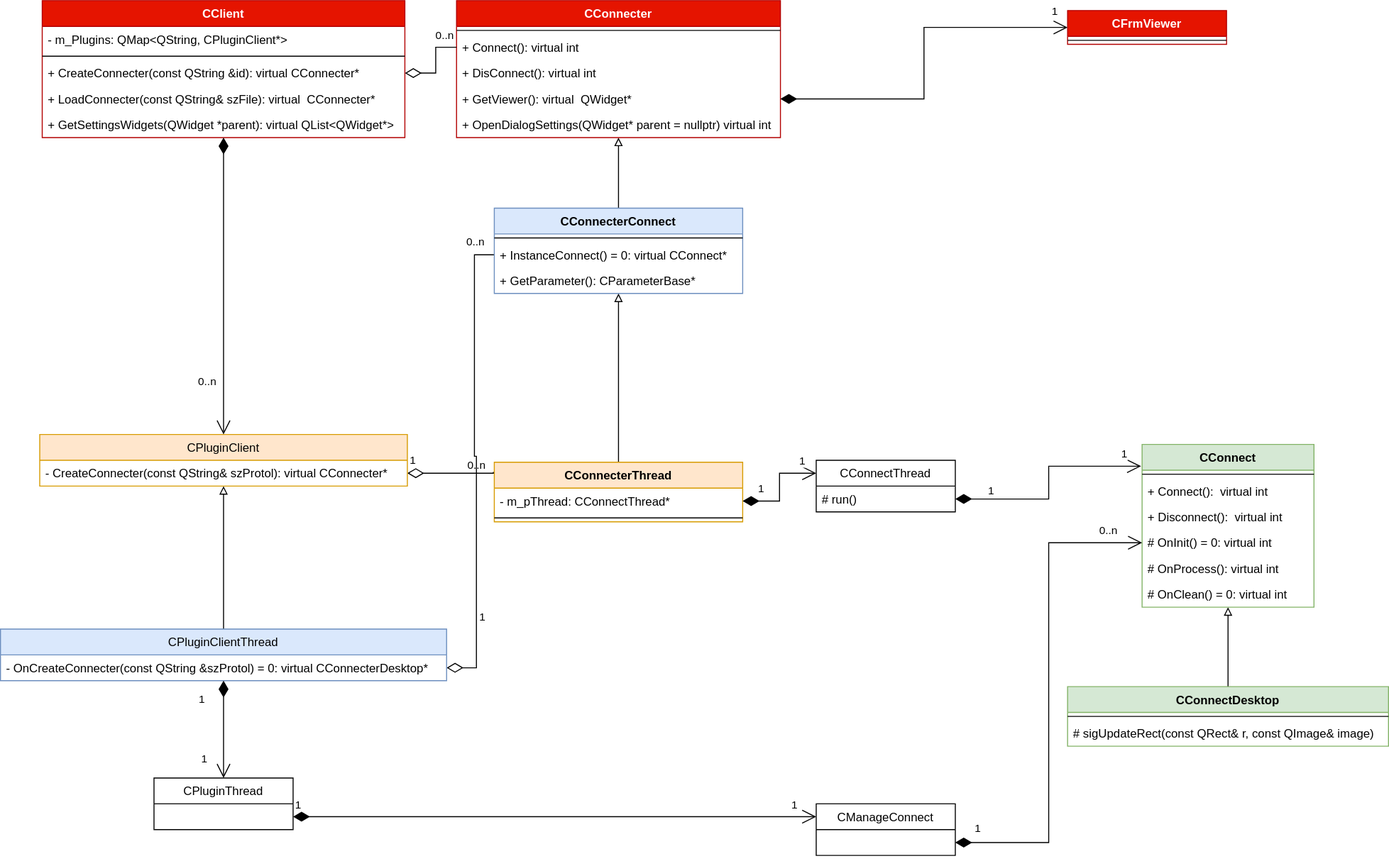
KangLin/RabbitRemoteControl keeps this draw.io diagram as docs/Image/PluginClientAPI.svg. Above is the earlier version. Source tidied: cells renumbered, new cells last; positions are measured from the earlier drawing's top-left corner, leaving out a move shared by most shapes.
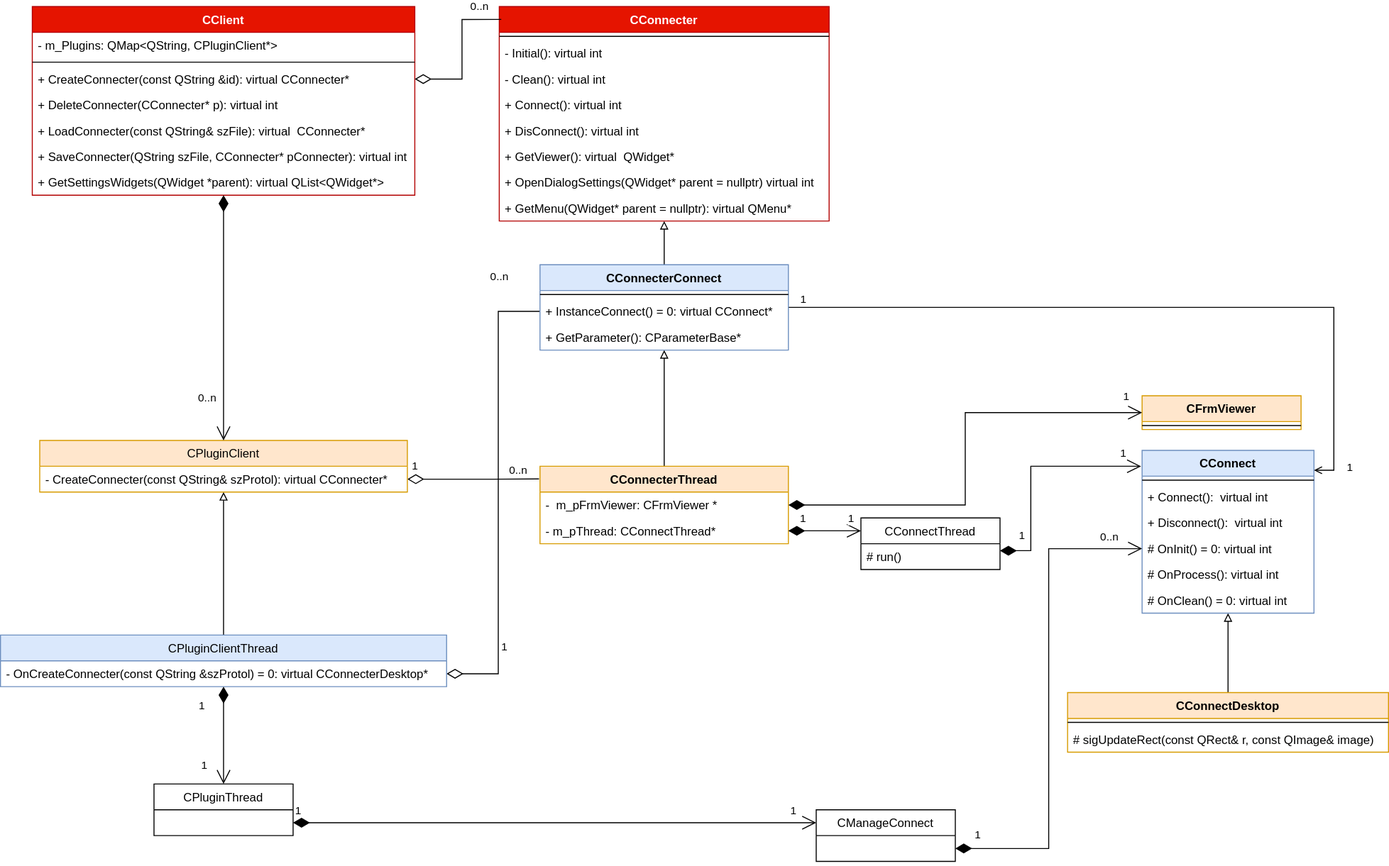
After the change.

Commit message:
Client: modify documents

The edit, as a diff of the source:
```diff
@@ -3,58 +3,73 @@
     <mxCell id="0" />
     <mxCell id="1" parent="0" />
     <mxCell id="2" value="CClient" style="swimlane;fontStyle=1;align=center;verticalAlign=top;horizontal=1;startSize=26;fillColor=#e51400;fontColor=#ffffff;strokeColor=#B20000;" parent="1" vertex="1">
-      <mxGeometry x="42" width="365" height="138" as="geometry" />
+      <mxGeometry x="32" width="385" height="190" as="geometry" />
     </mxCell>
     <mxCell id="3" value="- m_Plugins: QMap&lt;QString, CPluginClient*&gt;" style="text;strokeColor=none;fillColor=none;align=left;verticalAlign=top;spacingLeft=4;spacingRight=4;overflow=hidden;" parent="2" vertex="1">
-      <mxGeometry y="26" width="365" height="26" as="geometry" />
+      <mxGeometry y="26" width="385" height="26" as="geometry" />
     </mxCell>
     <mxCell id="4" style="line;strokeWidth=1;fillColor=none;align=left;verticalAlign=middle;spacingTop=-1;spacingLeft=3;spacingRight=3;labelPosition=right;" parent="2" vertex="1">
-      <mxGeometry y="52" width="365" height="8" as="geometry" />
+      <mxGeometry y="52" width="385" height="8" as="geometry" />
     </mxCell>
     <mxCell id="5" value="+ CreateConnecter(const QString &amp;id): virtual CConnecter*" style="text;strokeColor=none;fillColor=none;align=left;verticalAlign=top;spacingLeft=4;spacingRight=4;overflow=hidden;points=[[0,0.5],[1,0.5]];portConstraint=eastwest;" parent="2" vertex="1">
-      <mxGeometry y="60" width="365" height="26" as="geometry" />
+      <mxGeometry y="60" width="385" height="26" as="geometry" />
     </mxCell>
+    <mxCell id="68" value="+ DeleteConnecter(CConnecter* p): virtual int" style="text;strokeColor=none;fillColor=none;align=left;verticalAlign=top;spacingLeft=4;spacingRight=4;overflow=hidden;" parent="2" vertex="1">
+      <mxGeometry y="86" width="385" height="26" as="geometry" />
+    </mxCell>
     <mxCell id="6" value="+ LoadConnecter(const QString&amp; szFile): virtual  CConnecter*" style="text;strokeColor=none;fillColor=none;align=left;verticalAlign=top;spacingLeft=4;spacingRight=4;overflow=hidden;" parent="2" vertex="1">
-      <mxGeometry y="86" width="365" height="26" as="geometry" />
+      <mxGeometry y="112" width="385" height="26" as="geometry" />
     </mxCell>
+    <mxCell id="69" value="+ SaveConnecter(QString szFile, CConnecter* pConnecter): virtual int&#10;" style="text;strokeColor=none;fillColor=none;align=left;verticalAlign=top;spacingLeft=4;spacingRight=4;overflow=hidden;" parent="2" vertex="1">
+      <mxGeometry y="138" width="385" height="26" as="geometry" />
+    </mxCell>
     <mxCell id="7" value="+ GetSettingsWidgets(QWidget *parent): virtual QList&amp;lt;QWidget*&amp;gt;" style="text;strokeColor=none;fillColor=none;align=left;verticalAlign=top;spacingLeft=4;spacingRight=4;overflow=hidden;whiteSpace=wrap;html=1;" parent="2" vertex="1">
-      <mxGeometry y="112" width="365" height="26" as="geometry" />
+      <mxGeometry y="164" width="385" height="26" as="geometry" />
     </mxCell>
     <mxCell id="8" style="edgeStyle=orthogonalEdgeStyle;rounded=0;jettySize=auto;html=1;endArrow=none;endFill=0;startArrow=block;startFill=0;" parent="1" edge="1" source="9" target="64">
       <mxGeometry relative="1" as="geometry" />
     </mxCell>
     <mxCell id="9" value="CConnecter" style="swimlane;fontStyle=1;align=center;verticalAlign=top;horizontal=1;startSize=26;fillColor=#e51400;fontColor=#ffffff;strokeColor=#B20000;" parent="1" vertex="1">
-      <mxGeometry x="459" width="326" height="138" as="geometry" />
+      <mxGeometry x="502" width="332" height="216" as="geometry" />
     </mxCell>
     <mxCell id="10" style="line;strokeWidth=1;fillColor=none;align=left;verticalAlign=middle;spacingTop=-1;spacingLeft=3;spacingRight=3;labelPosition=right;" parent="9" vertex="1">
-      <mxGeometry y="26" width="326" height="8" as="geometry" />
+      <mxGeometry y="26" width="332" height="8" as="geometry" />
     </mxCell>
+    <mxCell id="70" value="- Initial(): virtual int" style="text;strokeColor=none;fillColor=none;align=left;verticalAlign=top;spacingLeft=4;spacingRight=4;overflow=hidden;" parent="9" vertex="1">
+      <mxGeometry y="34" width="332" height="26" as="geometry" />
+    </mxCell>
+    <mxCell id="71" value="- Clean(): virtual int" style="text;strokeColor=none;fillColor=none;align=left;verticalAlign=top;spacingLeft=4;spacingRight=4;overflow=hidden;" parent="9" vertex="1">
+      <mxGeometry y="60" width="332" height="26" as="geometry" />
+    </mxCell>
     <mxCell id="11" value="+ Connect(): virtual int" style="text;strokeColor=none;fillColor=none;align=left;verticalAlign=top;spacingLeft=4;spacingRight=4;overflow=hidden;points=[[0,0.5],[1,0.5]];portConstraint=eastwest;" parent="9" vertex="1">
-      <mxGeometry y="34" width="326" height="26" as="geometry" />
+      <mxGeometry y="86" width="332" height="26" as="geometry" />
     </mxCell>
     <mxCell id="12" value="+ DisConnect(): virtual int" style="text;strokeColor=none;fillColor=none;align=left;verticalAlign=top;spacingLeft=4;spacingRight=4;overflow=hidden;" parent="9" vertex="1">
-      <mxGeometry y="60" width="326" height="26" as="geometry" />
+      <mxGeometry y="112" width="332" height="26" as="geometry" />
     </mxCell>
     <mxCell id="13" value="+ GetViewer(): virtual  QWidget*" style="text;strokeColor=none;fillColor=none;align=left;verticalAlign=top;spacingLeft=4;spacingRight=4;overflow=hidden;points=[[0,0.5],[1,0.5]];portConstraint=eastwest;" parent="9" vertex="1">
-      <mxGeometry y="86" width="326" height="26" as="geometry" />
+      <mxGeometry y="138" width="332" height="26" as="geometry" />
     </mxCell>
     <mxCell id="14" value="+ OpenDialogSettings(QWidget* parent = nullptr) virtual int" style="text;strokeColor=none;fillColor=none;align=left;verticalAlign=top;spacingLeft=4;spacingRight=4;overflow=hidden;" parent="9" vertex="1">
-      <mxGeometry y="112" width="326" height="26" as="geometry" />
+      <mxGeometry y="164" width="332" height="26" as="geometry" />
     </mxCell>
+    <mxCell id="72" value="+ GetMenu(QWidget* parent = nullptr): virtual QMenu*" style="text;strokeColor=none;fillColor=none;align=left;verticalAlign=top;spacingLeft=4;spacingRight=4;overflow=hidden;" parent="9" vertex="1">
+      <mxGeometry y="190" width="332" height="26" as="geometry" />
+    </mxCell>
     <mxCell id="15" style="edgeStyle=orthogonalEdgeStyle;rounded=0;jettySize=auto;html=1;entryX=0.5;entryY=1;entryDx=0;entryDy=0;endArrow=block;endFill=0;startArrow=none;startFill=0;" parent="1" edge="1" source="16" target="64">
       <mxGeometry relative="1" as="geometry" />
     </mxCell>
     <mxCell id="16" value="CConnecterThread&#10;" style="swimlane;fontStyle=1;align=center;verticalAlign=top;horizontal=1;startSize=26;fillColor=#ffe6cc;strokeColor=#d79b00;" parent="1" vertex="1">
-      <mxGeometry x="497" y="465" width="250" height="60" as="geometry" />
+      <mxGeometry x="543" y="463" width="250" height="78" as="geometry" />
     </mxCell>
+    <mxCell id="73" value="-  m_pFrmViewer: CFrmViewer *" style="text;strokeColor=none;fillColor=none;align=left;verticalAlign=top;spacingLeft=4;spacingRight=4;overflow=hidden;points=[[0,0.5],[1,0.5]];portConstraint=eastwest;" parent="16" vertex="1">
+      <mxGeometry y="26" width="250" height="26" as="geometry" />
+    </mxCell>
     <mxCell id="17" value="- m_pThread: CConnectThread*" style="text;strokeColor=none;fillColor=none;align=left;verticalAlign=top;spacingLeft=4;spacingRight=4;overflow=hidden;points=[[0,0.5],[1,0.5]];portConstraint=eastwest;" parent="16" vertex="1">
-      <mxGeometry y="26" width="250" height="26" as="geometry" />
+      <mxGeometry y="52" width="250" height="26" as="geometry" />
     </mxCell>
-    <mxCell id="18" style="line;strokeWidth=1;fillColor=none;align=left;verticalAlign=middle;spacingTop=-1;spacingLeft=3;spacingRight=3;labelPosition=right;" parent="16" vertex="1">
-      <mxGeometry y="52" width="250" height="8" as="geometry" />
-    </mxCell>
-    <mxCell id="19" value="CFrmViewer" style="swimlane;fontStyle=1;align=center;verticalAlign=top;horizontal=1;startSize=26;fillColor=#e51400;fontColor=#ffffff;strokeColor=#B20000;" parent="1" vertex="1">
-      <mxGeometry x="1074" y="10" width="160" height="34" as="geometry" />
+    <mxCell id="19" value="CFrmViewer" style="swimlane;fontStyle=1;align=center;verticalAlign=top;horizontal=1;startSize=26;fillColor=#ffe6cc;strokeColor=#d79b00;" parent="1" vertex="1">
+      <mxGeometry x="1149" y="392" width="160" height="34" as="geometry" />
     </mxCell>
     <mxCell id="20" style="line;strokeWidth=1;fillColor=none;align=left;verticalAlign=middle;spacingTop=-1;spacingLeft=3;spacingRight=3;labelPosition=right;" parent="19" vertex="1">
       <mxGeometry y="26" width="160" height="8" as="geometry" />
@@ -62,7 +77,7 @@
     <mxCell id="21" style="edgeStyle=orthogonalEdgeStyle;rounded=0;jettySize=auto;html=1;endArrow=none;endFill=0;startArrow=block;startFill=0;" parent="1" edge="1" source="22" target="61">
       <mxGeometry relative="1" as="geometry" />
     </mxCell>
-    <mxCell id="22" value="CConnect" style="swimlane;fontStyle=1;align=center;verticalAlign=top;horizontal=1;startSize=26;fillColor=#d5e8d4;strokeColor=#82b366;" parent="1" vertex="1">
+    <mxCell id="22" value="CConnect" style="swimlane;fontStyle=1;align=center;verticalAlign=top;horizontal=1;startSize=26;fillColor=#dae8fc;strokeColor=#6c8ebf;" parent="1" vertex="1">
       <mxGeometry x="1149" y="447" width="173" height="164" as="geometry" />
     </mxCell>
     <mxCell id="23" style="line;strokeWidth=1;fillColor=none;align=left;verticalAlign=middle;spacingTop=-1;spacingLeft=3;spacingRight=3;labelPosition=right;" parent="22" vertex="1">
@@ -110,11 +125,30 @@
       <mxGeometry y="26" width="370" height="26" as="geometry" />
     </mxCell>
     <mxCell id="35" value="CConnectThread" style="swimlane;fontStyle=0;horizontal=1;startSize=26;fillColor=none;" parent="1" vertex="1">
-      <mxGeometry x="821" y="463" width="140" height="52" as="geometry" />
+      <mxGeometry x="866" y="515" width="140" height="52" as="geometry" />
     </mxCell>
     <mxCell id="36" value="# run()" style="text;strokeColor=none;fillColor=none;align=left;verticalAlign=top;spacingLeft=4;spacingRight=4;overflow=hidden;whiteSpace=wrap;html=1;" parent="35" vertex="1">
       <mxGeometry y="26" width="140" height="26" as="geometry" />
     </mxCell>
+    <mxCell id="50" style="endArrow=open;html=1;endSize=12;startArrow=diamondThin;startSize=14;startFill=1;edgeStyle=orthogonalEdgeStyle;align=left;verticalAlign=bottom;rounded=0;exitX=1;exitY=0.75;exitDx=0;exitDy=0;entryX=-0.006;entryY=0.134;entryDx=0;entryDy=0;entryPerimeter=0;" parent="35" edge="1">
+      <mxGeometry x="-0.78" y="9" relative="1" as="geometry">
+        <mxPoint x="140" y="33" as="sourcePoint" />
+        <mxPoint x="282" y="-52" as="targetPoint" />
+        <Array as="points">
+          <mxPoint x="171" y="-52" />
+        </Array>
+      </mxGeometry>
+    </mxCell>
+    <mxCell id="51" value="1" style="edgeLabel;html=1;align=center;verticalAlign=middle;" parent="50" vertex="1">
+      <mxGeometry x="0.83" y="-2" relative="1" as="geometry">
+        <mxPoint y="-15" as="offset" />
+      </mxGeometry>
+    </mxCell>
+    <mxCell id="52" value="1" style="edgeLabel;html=1;align=center;verticalAlign=middle;" parent="50" vertex="1">
+      <mxGeometry x="-0.68" y="-2" relative="1" as="geometry">
+        <mxPoint x="-12" y="-11" as="offset" />
+      </mxGeometry>
+    </mxCell>
     <mxCell id="37" style="edgeStyle=orthogonalEdgeStyle;rounded=0;jettySize=auto;html=1;startArrow=diamondThin;startFill=0;endArrow=none;endFill=0;exitX=1;exitY=0.5;exitDx=0;exitDy=0;startSize=14;endSize=12;entryX=0;entryY=0.5;entryDx=0;entryDy=0;" parent="1" edge="1" source="41" target="66">
       <mxGeometry relative="1" as="geometry" />
     </mxCell>
@@ -140,7 +174,7 @@
     <mxCell id="43" value="CManageConnect" style="swimlane;fontStyle=0;horizontal=1;startSize=26;fillColor=none;" parent="1" vertex="1">
       <mxGeometry x="821" y="809" width="140" height="52" as="geometry" />
     </mxCell>
-    <mxCell id="44" style="edgeStyle=orthogonalEdgeStyle;rounded=0;jettySize=auto;html=1;entryX=0;entryY=0.5;entryDx=0;entryDy=0;endArrow=none;endFill=0;startArrow=diamondThin;startFill=0;startSize=14;endSize=12;" parent="1" edge="1" source="5" target="11">
+    <mxCell id="44" style="edgeStyle=orthogonalEdgeStyle;rounded=0;jettySize=auto;html=1;entryX=0.006;entryY=0.06;entryDx=0;entryDy=0;endArrow=none;endFill=0;startArrow=diamondThin;startFill=0;startSize=14;endSize=12;entryPerimeter=0;" parent="1" edge="1" source="5" target="9">
       <mxGeometry relative="1" as="geometry" />
     </mxCell>
     <mxCell id="45" value="0..n" style="edgeLabel;html=1;align=center;verticalAlign=middle;" parent="44" vertex="1">
@@ -164,20 +198,7 @@
         <mxPoint x="-16" y="-12" as="offset" />
       </mxGeometry>
     </mxCell>
-    <mxCell id="50" style="endArrow=open;html=1;endSize=12;startArrow=diamondThin;startSize=14;startFill=1;edgeStyle=orthogonalEdgeStyle;align=left;verticalAlign=bottom;rounded=0;exitX=1;exitY=0.75;exitDx=0;exitDy=0;entryX=-0.006;entryY=0.134;entryDx=0;entryDy=0;entryPerimeter=0;" parent="1" edge="1" source="35" target="22">
-      <mxGeometry x="-0.78" y="9" relative="1" as="geometry" />
-    </mxCell>
-    <mxCell id="51" value="1" style="edgeLabel;html=1;align=center;verticalAlign=middle;" parent="50" vertex="1">
-      <mxGeometry x="0.83" y="-2" relative="1" as="geometry">
-        <mxPoint y="-15" as="offset" />
-      </mxGeometry>
-    </mxCell>
-    <mxCell id="52" value="1" style="edgeLabel;html=1;align=center;verticalAlign=middle;" parent="50" vertex="1">
-      <mxGeometry x="-0.68" y="-2" relative="1" as="geometry">
-        <mxPoint y="-11" as="offset" />
-      </mxGeometry>
-    </mxCell>
-    <mxCell id="53" style="endArrow=open;html=1;endSize=12;startArrow=diamondThin;startSize=14;startFill=1;edgeStyle=orthogonalEdgeStyle;align=left;verticalAlign=bottom;rounded=0;exitX=1;exitY=0.5;exitDx=0;exitDy=0;entryX=0;entryY=0.5;entryDx=0;entryDy=0;" parent="1" edge="1" source="13" target="19">
+    <mxCell id="53" style="endArrow=open;html=1;endSize=12;startArrow=diamondThin;startSize=14;startFill=1;edgeStyle=orthogonalEdgeStyle;align=left;verticalAlign=bottom;rounded=0;exitX=1;exitY=0.5;exitDx=0;exitDy=0;entryX=0;entryY=0.5;entryDx=0;entryDy=0;" parent="1" edge="1" source="73" target="19">
       <mxGeometry relative="1" as="geometry" />
     </mxCell>
     <mxCell id="54" value="1" style="edgeLabel;html=1;align=center;verticalAlign=middle;" parent="53" vertex="1">
@@ -209,7 +230,7 @@
         <mxPoint x="-17" as="offset" />
       </mxGeometry>
     </mxCell>
-    <mxCell id="61" value="CConnectDesktop" style="swimlane;fontStyle=1;align=center;verticalAlign=top;horizontal=1;startSize=26;fillColor=#d5e8d4;strokeColor=#82b366;" parent="1" vertex="1">
+    <mxCell id="61" value="CConnectDesktop" style="swimlane;fontStyle=1;align=center;verticalAlign=top;horizontal=1;startSize=26;fillColor=#ffe6cc;strokeColor=#d79b00;" parent="1" vertex="1">
       <mxGeometry x="1074" y="691" width="323" height="60" as="geometry" />
     </mxCell>
     <mxCell id="62" style="line;strokeWidth=1;fillColor=none;align=left;verticalAlign=middle;spacingTop=-1;spacingLeft=3;spacingRight=3;labelPosition=right;" parent="61" vertex="1">
@@ -218,8 +239,21 @@
     <mxCell id="63" value="# sigUpdateRect(const QRect&amp;amp; r, const QImage&amp;amp; image)" style="text;strokeColor=none;fillColor=none;align=left;verticalAlign=top;spacingLeft=4;spacingRight=4;overflow=hidden;whiteSpace=wrap;html=1;" parent="61" vertex="1">
       <mxGeometry y="34" width="323" height="26" as="geometry" />
     </mxCell>
+    <mxCell id="74" style="edgeStyle=orthogonalEdgeStyle;rounded=0;jettySize=auto;html=1;entryX=1;entryY=0.122;entryDx=0;entryDy=0;entryPerimeter=0;endArrow=open;endFill=0;" parent="1" edge="1" source="64" target="22">
+      <mxGeometry relative="1" as="geometry" />
+    </mxCell>
+    <mxCell id="75" value="1" style="edgeLabel;html=1;align=center;verticalAlign=middle;" parent="74" vertex="1">
+      <mxGeometry x="-0.93" relative="1" as="geometry">
+        <mxPoint x="-13" y="-9" as="offset" />
+      </mxGeometry>
+    </mxCell>
+    <mxCell id="76" value="1" style="edgeLabel;html=1;align=center;verticalAlign=middle;" parent="74" vertex="1">
+      <mxGeometry x="0.9" relative="1" as="geometry">
+        <mxPoint x="15" y="13" as="offset" />
+      </mxGeometry>
+    </mxCell>
     <mxCell id="64" value="CConnecterConnect" style="swimlane;fontStyle=1;align=center;verticalAlign=top;horizontal=1;startSize=26;fillColor=#dae8fc;strokeColor=#6c8ebf;" parent="1" vertex="1">
-      <mxGeometry x="497" y="209" width="250" height="86" as="geometry" />
+      <mxGeometry x="543" y="260" width="250" height="86" as="geometry" />
     </mxCell>
     <mxCell id="65" style="line;strokeWidth=1;fillColor=none;align=left;verticalAlign=middle;spacingTop=-1;spacingLeft=3;spacingRight=3;labelPosition=right;" parent="64" vertex="1">
       <mxGeometry y="26" width="250" height="8" as="geometry" />
```
